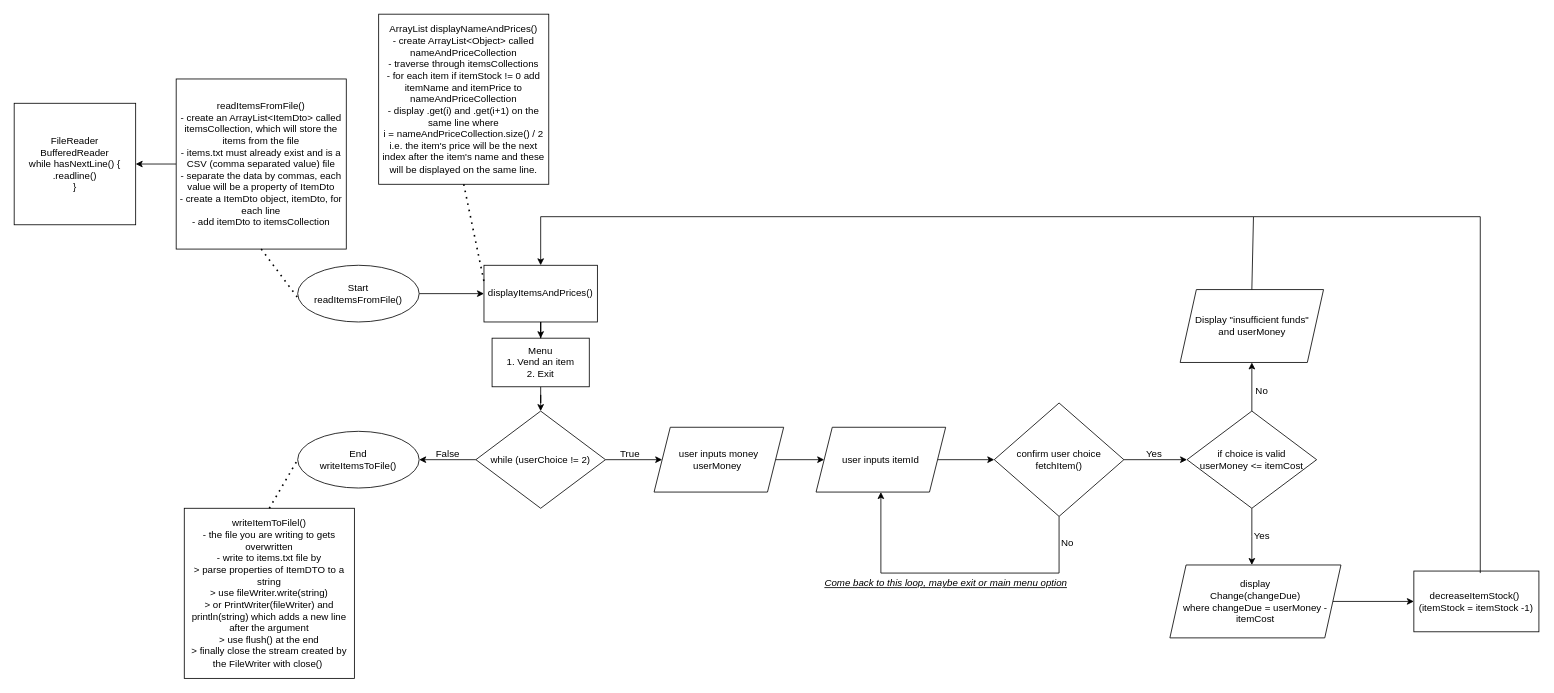
The draw.io diagram diagrams/vending-machine-design.drawio in tuulaflynn/vending-machine, before the edit. Source tidied: cells renumbered, new cells numbered last; positions are measured from the earlier drawing's top-left corner, leaving out a move shared by most shapes. Both pictures are drawn from the tidied source at 81%, with x=0, y=0 at pixel (14, 14).
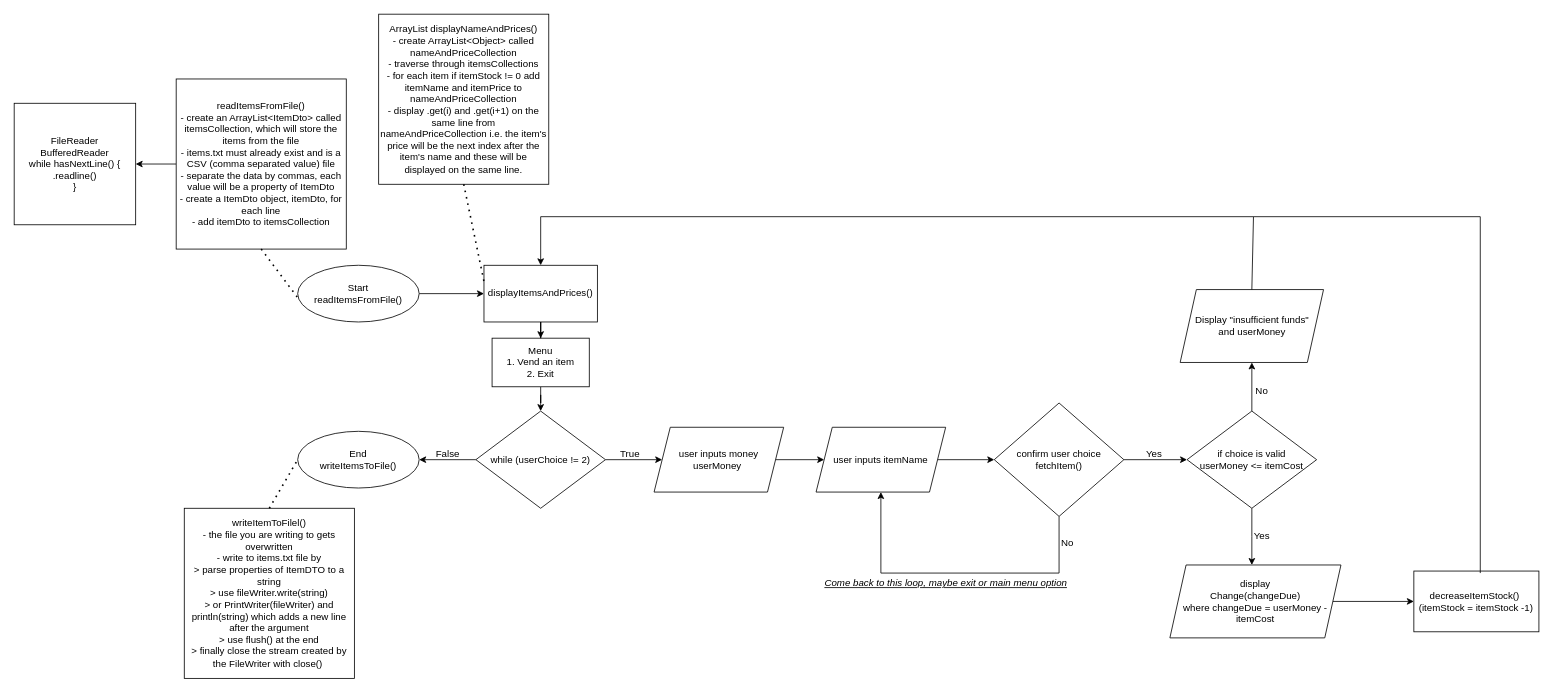
Above is the later version.

Commit message (it also covers changes not shown here):
Menu display functional. Started functionality for vend item option.

What changed in the source:
```diff
@@
-    <mxCell id="6" value="ArrayList displayNameAndPrices()&lt;br&gt;- create ArrayList&amp;lt;Object&amp;gt; called nameAndPriceCollection&lt;br&gt;- traverse through itemsCollections&lt;br&gt;- for each item if itemStock != 0 add itemName and itemPrice to nameAndPriceCollection&lt;br&gt;- display .get(i) and .get(i+1) on the same line where&lt;br&gt;i = nameAndPriceCollection.size() / 2&lt;br&gt;i.e. the item's price will be the next index after the item's name and these will be displayed on the same line." style="whiteSpace=wrap;html=1;" parent="1" vertex="1">
+    <mxCell id="6" value="ArrayList displayNameAndPrices()&lt;br&gt;- create ArrayList&amp;lt;Object&amp;gt; called nameAndPriceCollection&lt;br&gt;- traverse through itemsCollections&lt;br&gt;- for each item if itemStock != 0 add itemName and itemPrice to nameAndPriceCollection&lt;br&gt;- display .get(i) and .get(i+1) on the same line from nameAndPriceCollection i.e. the item's price will be the next index after the item's name and these will be displayed on the same line." style="whiteSpace=wrap;html=1;" parent="1" vertex="1">
       <mxGeometry x="450" width="210" height="210" as="geometry" />
     </mxCell>
@@
-    <mxCell id="24" value="user inputs itemId" style="shape=parallelogram;perimeter=parallelogramPerimeter;whiteSpace=wrap;html=1;fixedSize=1;" parent="1" vertex="1">
+    <mxCell id="24" value="user inputs itemName" style="shape=parallelogram;perimeter=parallelogramPerimeter;whiteSpace=wrap;html=1;fixedSize=1;" parent="1" vertex="1">
       <mxGeometry x="990" y="510" width="160" height="80" as="geometry" />
     </mxCell>
```
